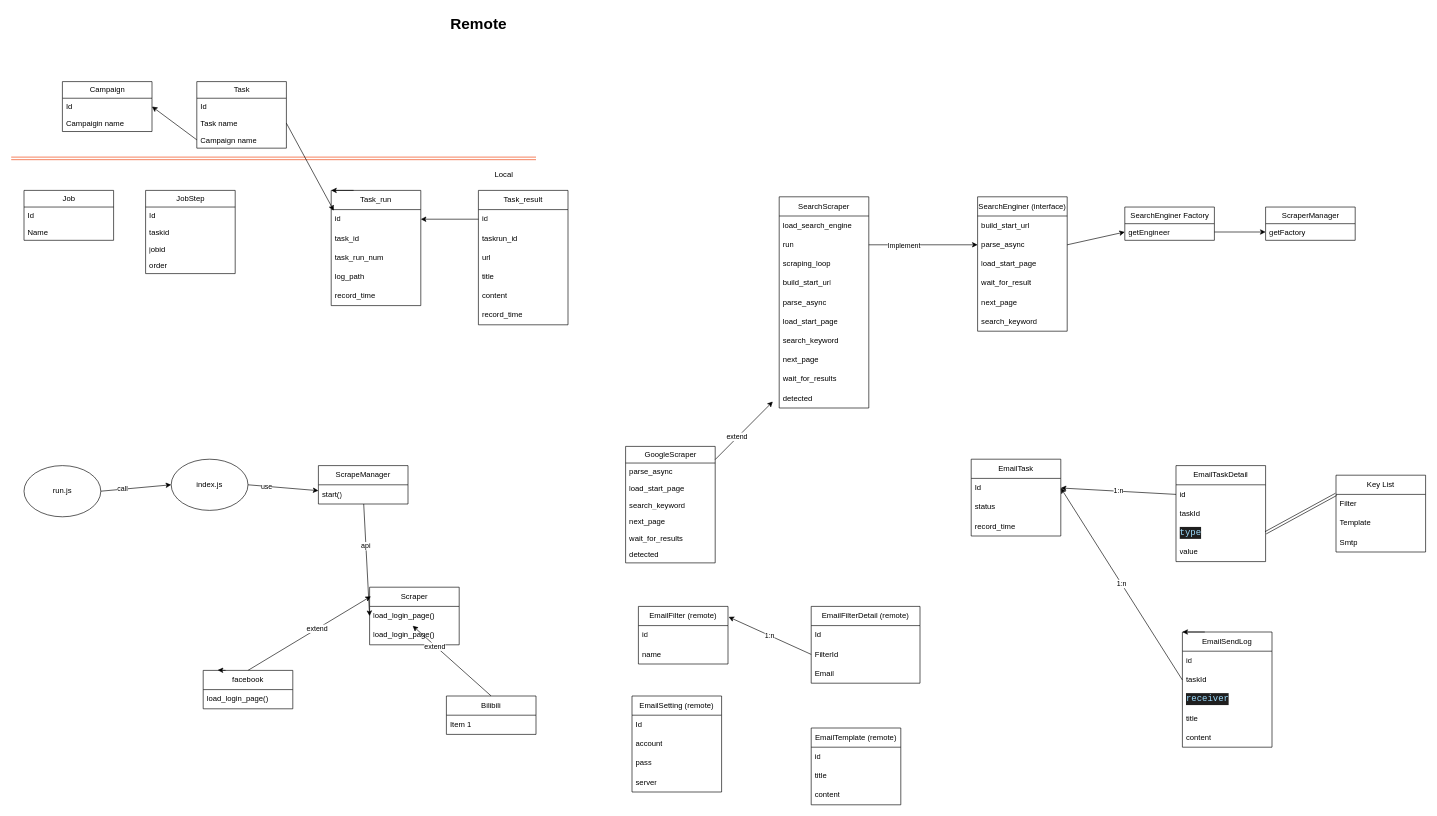
The draw.io diagram doc/class.drawio in robertzengcn/social-marketing, before the edit. Source tidied: cells renumbered, new cells numbered last; positions are measured from the earlier drawing's top-left corner, leaving out a move shared by most shapes. Both pictures are drawn from the tidied source at 64%, with x=0, y=0 at pixel (11, 11).
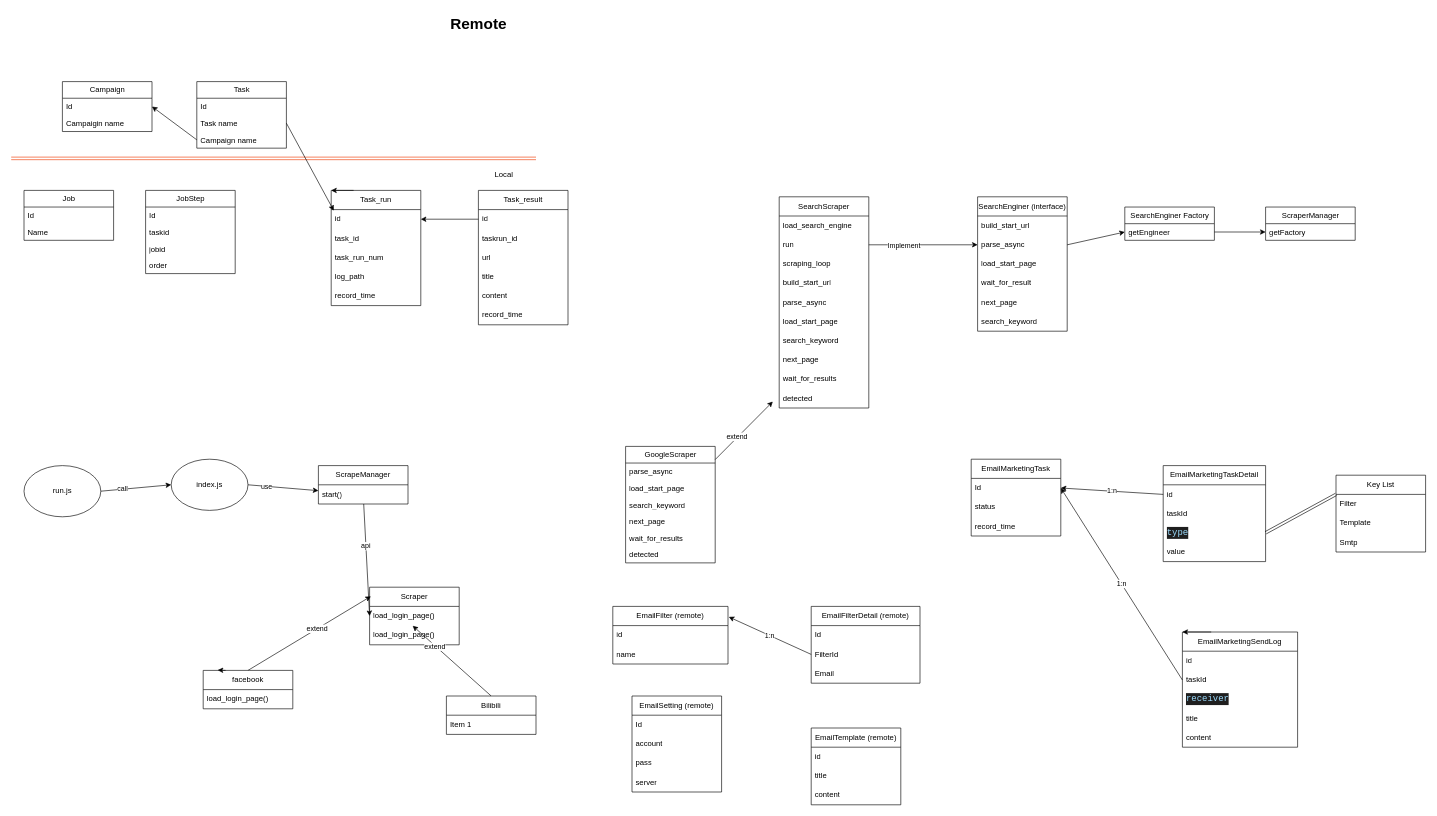
The same page after the edit.

The edit, as a diff of the source:
```diff
@@
     <mxCell id="103" value="EmailFilter (remote)" style="swimlane;fontStyle=0;horizontal=1;startSize=30;whiteSpace=wrap;html=1;" parent="1" vertex="1">
-      <mxGeometry x="980" y="930" width="140" height="90" as="geometry" />
+      <mxGeometry x="940" y="930" width="180" height="90" as="geometry" />
     </mxCell>
     <mxCell id="104" value="id" style="text;strokeColor=none;fillColor=none;align=left;verticalAlign=middle;spacingLeft=4;spacingRight=4;overflow=hidden;whiteSpace=wrap;html=1;" parent="103" vertex="1">
-      <mxGeometry y="30" width="140" height="30" as="geometry" />
+      <mxGeometry y="30" width="180" height="30" as="geometry" />
     </mxCell>
     <mxCell id="105" value="name" style="text;strokeColor=none;fillColor=none;align=left;verticalAlign=middle;spacingLeft=4;spacingRight=4;overflow=hidden;whiteSpace=wrap;html=1;" parent="103" vertex="1">
-      <mxGeometry y="60" width="140" height="30" as="geometry" />
+      <mxGeometry y="60" width="180" height="30" as="geometry" />
     </mxCell>
@@
-    <mxCell id="111" value="EmailTask" style="swimlane;fontStyle=0;horizontal=1;startSize=30;whiteSpace=wrap;html=1;" parent="1" vertex="1">
+    <mxCell id="111" value="EmailMarketingTask" style="swimlane;fontStyle=0;horizontal=1;startSize=30;whiteSpace=wrap;html=1;" parent="1" vertex="1">
       <mxGeometry x="1500" y="700" width="140" height="120" as="geometry" />
     </mxCell>
@@
-    <mxCell id="115" value="EmailTaskDetail" style="swimlane;fontStyle=0;horizontal=1;startSize=30;whiteSpace=wrap;html=1;" parent="1" vertex="1">
-      <mxGeometry x="1820" y="710" width="140" height="150" as="geometry" />
+    <mxCell id="115" value="EmailMarketingTaskDetail" style="swimlane;fontStyle=0;horizontal=1;startSize=30;whiteSpace=wrap;html=1;" parent="1" vertex="1">
+      <mxGeometry x="1800" y="710" width="160" height="150" as="geometry" />
     </mxCell>
     <mxCell id="116" value="id" style="text;strokeColor=none;fillColor=none;align=left;verticalAlign=middle;spacingLeft=4;spacingRight=4;overflow=hidden;points=[[0,0.5],[1,0.5]];portConstraint=eastwest;whiteSpace=wrap;html=1;" parent="115" vertex="1">
-      <mxGeometry y="30" width="140" height="30" as="geometry" />
+      <mxGeometry y="30" width="160" height="30" as="geometry" />
     </mxCell>
     <mxCell id="117" value="taskId" style="text;strokeColor=none;fillColor=none;align=left;verticalAlign=middle;spacingLeft=4;spacingRight=4;overflow=hidden;whiteSpace=wrap;html=1;" parent="115" vertex="1">
-      <mxGeometry y="60" width="140" height="30" as="geometry" />
+      <mxGeometry y="60" width="160" height="30" as="geometry" />
     </mxCell>
     <mxCell id="118" value="&lt;div style=&quot;color: rgb(204, 204, 204); background-color: rgb(31, 31, 31); font-family: Consolas, &amp;quot;Courier New&amp;quot;, monospace; font-size: 14px; line-height: 19px;&quot;&gt;&lt;span style=&quot;color: #9cdcfe;&quot;&gt;type&lt;/span&gt;&lt;/div&gt;" style="text;strokeColor=none;fillColor=none;align=left;verticalAlign=middle;spacingLeft=4;spacingRight=4;overflow=hidden;points=[[0,0.5],[1,0.5]];portConstraint=eastwest;whiteSpace=wrap;html=1;" parent="115" vertex="1">
-      <mxGeometry y="90" width="140" height="30" as="geometry" />
+      <mxGeometry y="90" width="160" height="30" as="geometry" />
     </mxCell>
     <mxCell id="119" value="value" style="text;strokeColor=none;fillColor=none;align=left;verticalAlign=middle;spacingLeft=4;spacingRight=4;overflow=hidden;whiteSpace=wrap;html=1;" parent="115" vertex="1">
-      <mxGeometry y="120" width="140" height="30" as="geometry" />
+      <mxGeometry y="120" width="160" height="30" as="geometry" />
     </mxCell>
@@
-    <mxCell id="121" value="EmailSendLog" style="swimlane;fontStyle=0;horizontal=1;startSize=30;whiteSpace=wrap;html=1;" parent="1" vertex="1">
-      <mxGeometry x="1830" y="970" width="140" height="180" as="geometry" />
+    <mxCell id="121" value="EmailMarketingSendLog" style="swimlane;fontStyle=0;horizontal=1;startSize=30;whiteSpace=wrap;html=1;" parent="1" vertex="1">
+      <mxGeometry x="1830" y="970" width="180" height="180" as="geometry" />
     </mxCell>
     <mxCell id="122" value="id" style="text;strokeColor=none;fillColor=none;align=left;verticalAlign=middle;spacingLeft=4;spacingRight=4;overflow=hidden;whiteSpace=wrap;html=1;" parent="121" vertex="1">
-      <mxGeometry y="30" width="140" height="30" as="geometry" />
+      <mxGeometry y="30" width="180" height="30" as="geometry" />
     </mxCell>
     <mxCell id="123" value="taskId" style="text;strokeColor=none;fillColor=none;align=left;verticalAlign=middle;spacingLeft=4;spacingRight=4;overflow=hidden;points=[[0,0.5],[1,0.5]];portConstraint=eastwest;whiteSpace=wrap;html=1;" parent="121" vertex="1">
-      <mxGeometry y="60" width="140" height="30" as="geometry" />
+      <mxGeometry y="60" width="180" height="30" as="geometry" />
     </mxCell>
     <mxCell id="124" value="&lt;div style=&quot;color: rgb(204, 204, 204); background-color: rgb(31, 31, 31); font-family: Consolas, &amp;quot;Courier New&amp;quot;, monospace; font-size: 14px; line-height: 19px;&quot;&gt;&lt;span style=&quot;color: #9cdcfe;&quot;&gt;receiver&lt;/span&gt;&lt;/div&gt;" style="text;strokeColor=none;fillColor=none;align=left;verticalAlign=middle;spacingLeft=4;spacingRight=4;overflow=hidden;whiteSpace=wrap;html=1;" parent="121" vertex="1">
-      <mxGeometry y="90" width="140" height="30" as="geometry" />
+      <mxGeometry y="90" width="180" height="30" as="geometry" />
     </mxCell>
     <mxCell id="125" value="title" style="text;strokeColor=none;fillColor=none;align=left;verticalAlign=middle;spacingLeft=4;spacingRight=4;overflow=hidden;whiteSpace=wrap;html=1;" parent="121" vertex="1">
-      <mxGeometry y="120" width="140" height="30" as="geometry" />
+      <mxGeometry y="120" width="180" height="30" as="geometry" />
     </mxCell>
     <mxCell id="126" value="content" style="text;strokeColor=none;fillColor=none;align=left;verticalAlign=middle;spacingLeft=4;spacingRight=4;overflow=hidden;whiteSpace=wrap;html=1;" parent="121" vertex="1">
-      <mxGeometry y="150" width="140" height="30" as="geometry" />
+      <mxGeometry y="150" width="180" height="30" as="geometry" />
     </mxCell>
```
